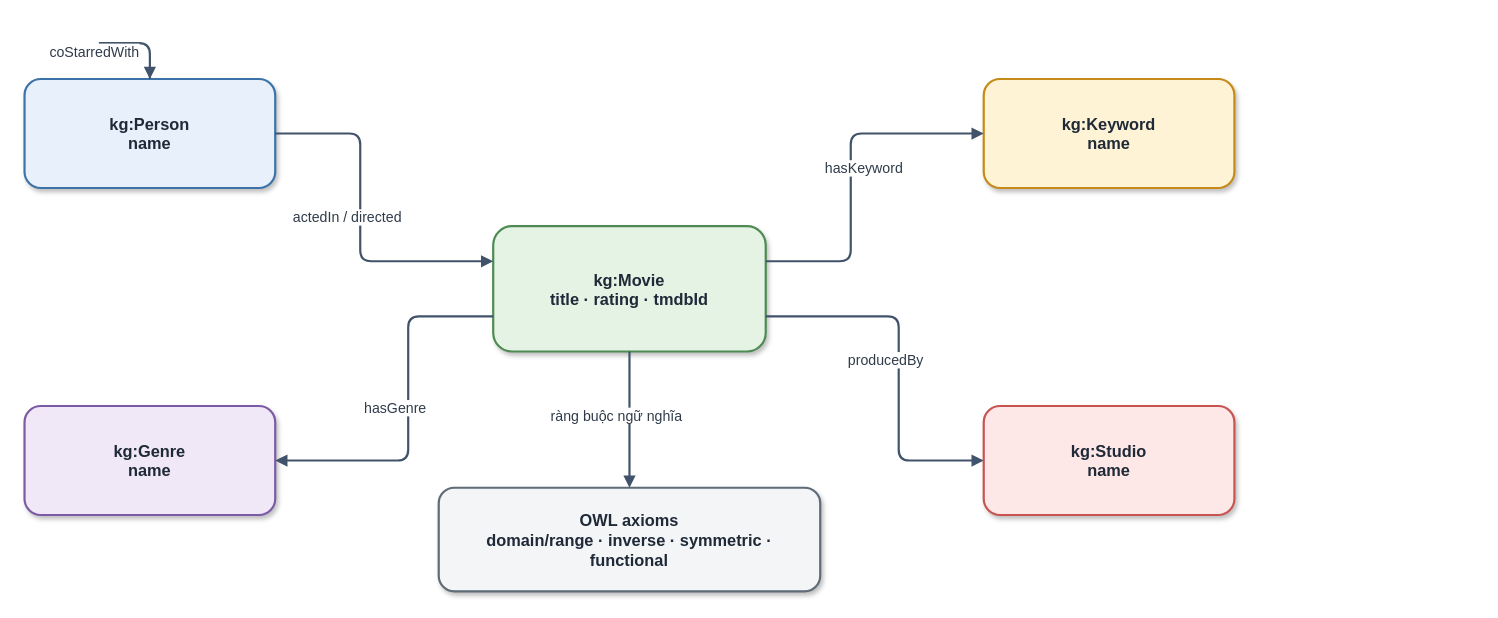
Earlier version of the draw.io diagram report_latex/images/sources/ontology_diagram.drawio (khanhhk/advanced_database). Source tidied: cells renumbered, new cells numbered last; positions are measured from the earlier drawing's top-left corner, leaving out a move shared by most shapes. Both pictures are drawn from the tidied source at 109%, with x=0, y=0 at pixel (24, 43).
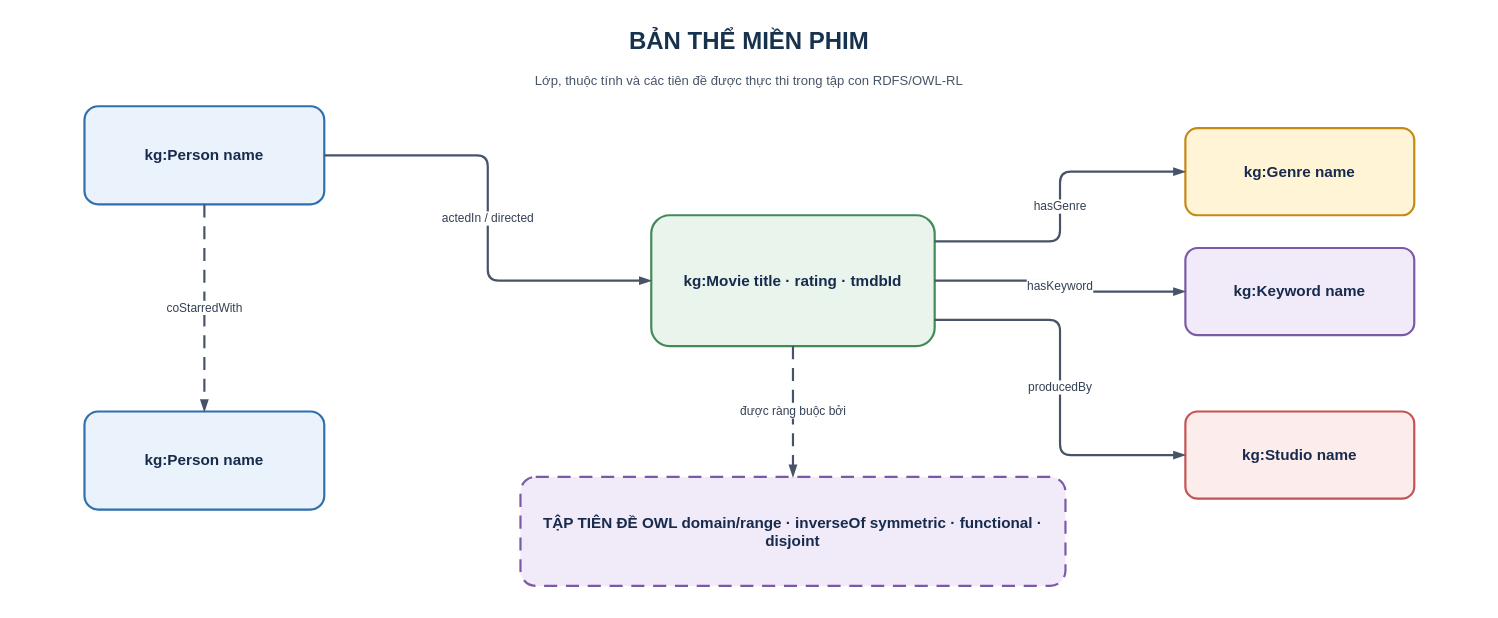
After the change.

The edit, as a diff of the source:
```diff
@@
-<mxGraphModel>
+<mxGraphModel background="#FFFFFF">
@@
+    <mxCell id="14" value="BẢN THỂ MIỀN PHIM" style="text;html=1;whiteSpace=wrap;align=center;verticalAlign=middle;fontFamily=Helvetica;fontSize=22;fontColor=#16324F;fontStyle=1;" parent="1" vertex="1">
+      <mxGeometry x="-5" y="-22" width="1340" height="42" as="geometry" />
+    </mxCell>
+    <mxCell id="15" value="Lớp, thuộc tính và các tiên đề được thực thi trong tập con RDFS/OWL-RL" style="text;html=1;whiteSpace=wrap;align=center;verticalAlign=middle;fontFamily=Helvetica;fontSize=12;fontColor=#475467;" parent="1" vertex="1">
+      <mxGeometry x="-5" y="20" width="1340" height="30" as="geometry" />
+    </mxCell>
-    <mxCell id="2" value="kg:Movie&#10;title · rating · tmdbId" style="rounded=1;whiteSpace=wrap;html=1;fillColor=#E5F3E5;strokeColor=#4D8B52;strokeWidth=2;fontSize=15;fontColor=#1F2937;fontStyle=1;spacing=8;shadow=1;" parent="1" vertex="1">
-      <mxGeometry x="430" y="168" width="250" height="115" as="geometry" />
+    <mxCell id="2" value="kg:Movie title · rating · tmdbId" style="rounded=1;arcSize=14;whiteSpace=wrap;html=1;align=center;verticalAlign=middle;spacing=8;fontFamily=Helvetica;fontSize=14;fontColor=#172B4D;fillColor=#E9F5EC;strokeColor=#438A57;strokeWidth=2;fontStyle=1;" parent="1" vertex="1">
+      <mxGeometry x="575" y="158" width="260" height="120" as="geometry" />
     </mxCell>
-    <mxCell id="3" value="kg:Person&#10;name" style="rounded=1;whiteSpace=wrap;html=1;fillColor=#E8F1FB;strokeColor=#3B73A8;strokeWidth=2;fontSize=15;fontColor=#1F2937;fontStyle=1;spacing=8;shadow=1;" parent="1" vertex="1">
-      <mxGeometry y="33" width="230" height="100" as="geometry" />
+    <mxCell id="3" value="kg:Person name" style="rounded=1;arcSize=14;whiteSpace=wrap;html=1;align=center;verticalAlign=middle;spacing=8;fontFamily=Helvetica;fontSize=14;fontColor=#172B4D;fillColor=#EAF2FB;strokeColor=#2F6FAE;strokeWidth=2;fontStyle=1;" parent="1" vertex="1">
+      <mxGeometry x="55" y="58" width="220" height="90" as="geometry" />
     </mxCell>
+    <mxCell id="16" value="kg:Person name" style="rounded=1;arcSize=14;whiteSpace=wrap;html=1;align=center;verticalAlign=middle;spacing=8;fontFamily=Helvetica;fontSize=14;fontColor=#172B4D;fillColor=#EAF2FB;strokeColor=#2F6FAE;strokeWidth=2;fontStyle=1;" parent="1" vertex="1">
+      <mxGeometry x="55" y="338" width="220" height="90" as="geometry" />
+    </mxCell>
-    <mxCell id="4" value="kg:Genre&#10;name" style="rounded=1;whiteSpace=wrap;html=1;fillColor=#F0E8F7;strokeColor=#7B5AA6;strokeWidth=2;fontSize=15;fontColor=#1F2937;fontStyle=1;spacing=8;shadow=1;" parent="1" vertex="1">
-      <mxGeometry y="333" width="230" height="100" as="geometry" />
+    <mxCell id="4" value="kg:Genre name" style="rounded=1;arcSize=14;whiteSpace=wrap;html=1;align=center;verticalAlign=middle;spacing=8;fontFamily=Helvetica;fontSize=14;fontColor=#172B4D;fillColor=#FFF4D6;strokeColor=#C58A16;strokeWidth=2;fontStyle=1;" parent="1" vertex="1">
+      <mxGeometry x="1065" y="78" width="210" height="80" as="geometry" />
     </mxCell>
-    <mxCell id="5" value="kg:Keyword&#10;name" style="rounded=1;whiteSpace=wrap;html=1;fillColor=#FFF3D6;strokeColor=#C58A18;strokeWidth=2;fontSize=15;fontColor=#1F2937;fontStyle=1;spacing=8;shadow=1;" parent="1" vertex="1">
-      <mxGeometry x="880" y="33" width="230" height="100" as="geometry" />
+    <mxCell id="5" value="kg:Keyword name" style="rounded=1;arcSize=14;whiteSpace=wrap;html=1;align=center;verticalAlign=middle;spacing=8;fontFamily=Helvetica;fontSize=14;fontColor=#172B4D;fillColor=#F1EAF8;strokeColor=#7A5AA6;strokeWidth=2;fontStyle=1;" parent="1" vertex="1">
+      <mxGeometry x="1065" y="188" width="210" height="80" as="geometry" />
     </mxCell>
-    <mxCell id="6" value="kg:Studio&#10;name" style="rounded=1;whiteSpace=wrap;html=1;fillColor=#FDE8E7;strokeColor=#C85452;strokeWidth=2;fontSize=15;fontColor=#1F2937;fontStyle=1;spacing=8;shadow=1;" parent="1" vertex="1">
-      <mxGeometry x="880" y="333" width="230" height="100" as="geometry" />
+    <mxCell id="6" value="kg:Studio name" style="rounded=1;arcSize=14;whiteSpace=wrap;html=1;align=center;verticalAlign=middle;spacing=8;fontFamily=Helvetica;fontSize=14;fontColor=#172B4D;fillColor=#FDECEC;strokeColor=#C65353;strokeWidth=2;fontStyle=1;" parent="1" vertex="1">
+      <mxGeometry x="1065" y="338" width="210" height="80" as="geometry" />
     </mxCell>
-    <mxCell id="7" value="OWL axioms&#10;domain/range · inverse · symmetric · functional" style="rounded=1;whiteSpace=wrap;html=1;fillColor=#F3F5F7;strokeColor=#5F6B76;strokeWidth=2;fontSize=15;fontColor=#1F2937;fontStyle=1;spacing=8;shadow=1;" parent="1" vertex="1">
-      <mxGeometry x="380" y="408" width="350" height="95" as="geometry" />
-    </mxCell>
+    <mxCell id="17" value="TẬP TIÊN ĐỀ OWL domain/range · inverseOf symmetric · functional · disjoint" style="rounded=1;arcSize=14;whiteSpace=wrap;html=1;align=center;verticalAlign=middle;spacing=8;fontFamily=Helvetica;fontSize=14;fontColor=#172B4D;fillColor=#F1EAF8;strokeColor=#7A5AA6;strokeWidth=2;fontStyle=1;dashed=1;dashPattern=6 4;" parent="1" vertex="1">
+      <mxGeometry x="455" y="398" width="500" height="100" as="geometry" />
+    </mxCell>
-    <mxCell id="8" value="actedIn / directed" style="edgeStyle=orthogonalEdgeStyle;rounded=1;jettySize=auto;html=1;endArrow=block;endFill=1;strokeColor=#40536B;strokeWidth=2;fontSize=13;fontColor=#2F3B4A;labelBackgroundColor=#FFFFFF;spacingBottom=8;exitX=1;exitY=0.5;exitDx=0;exitDy=0;entryX=0;entryY=0.28;entryDx=0;entryDy=0;" parent="1" edge="1" source="3" target="2">
-      <mxGeometry y="-12" relative="1" as="geometry">
-        <Array as="points">
-          <mxPoint x="308" y="83" />
-          <mxPoint x="308" y="200" />
-        </Array>
-      </mxGeometry>
+    <mxCell id="8" value="actedIn / directed" style="edgeStyle=orthogonalEdgeStyle;rounded=1;jettySize=auto;html=1;strokeColor=#475467;strokeWidth=2;endArrow=blockThin;endFill=1;fontFamily=Helvetica;fontSize=11;fontColor=#344054;labelBackgroundColor=#FFFFFF;exitX=1;exitY=0.5;exitDx=0;exitDy=0;entryX=0;entryY=0.5;entryDx=0;entryDy=0;" parent="1" edge="1" source="3" target="2">
+      <mxGeometry relative="1" as="geometry" />
     </mxCell>
-    <mxCell id="9" value="hasGenre" style="edgeStyle=orthogonalEdgeStyle;rounded=1;jettySize=auto;html=1;endArrow=block;endFill=1;strokeColor=#40536B;strokeWidth=2;fontSize=13;fontColor=#2F3B4A;labelBackgroundColor=#FFFFFF;spacingBottom=8;exitX=0;exitY=0.72;exitDx=0;exitDy=0;entryX=1;entryY=0.5;entryDx=0;entryDy=0;" parent="1" edge="1" source="2" target="4">
-      <mxGeometry y="-12" relative="1" as="geometry">
-        <Array as="points">
-          <mxPoint x="352" y="251" />
-          <mxPoint x="352" y="383" />
-        </Array>
-      </mxGeometry>
+    <mxCell id="9" value="coStarredWith" style="edgeStyle=orthogonalEdgeStyle;rounded=1;jettySize=auto;html=1;strokeColor=#475467;strokeWidth=2;endArrow=blockThin;endFill=1;fontFamily=Helvetica;fontSize=11;fontColor=#344054;labelBackgroundColor=#FFFFFF;exitX=0.5;exitY=1;exitDx=0;exitDy=0;entryX=0.5;entryY=0;entryDx=0;entryDy=0;dashed=1;dashPattern=6 4;" parent="1" edge="1" source="3" target="16">
+      <mxGeometry relative="1" as="geometry" />
     </mxCell>
-    <mxCell id="10" value="hasKeyword" style="edgeStyle=orthogonalEdgeStyle;rounded=1;jettySize=auto;html=1;endArrow=block;endFill=1;strokeColor=#40536B;strokeWidth=2;fontSize=13;fontColor=#2F3B4A;labelBackgroundColor=#FFFFFF;spacingBottom=8;exitX=1;exitY=0.28;exitDx=0;exitDy=0;entryX=0;entryY=0.5;entryDx=0;entryDy=0;" parent="1" edge="1" source="2" target="5">
-      <mxGeometry y="-12" relative="1" as="geometry">
-        <Array as="points">
-          <mxPoint x="758" y="200" />
-          <mxPoint x="758" y="83" />
-        </Array>
-      </mxGeometry>
+    <mxCell id="10" value="hasGenre" style="edgeStyle=orthogonalEdgeStyle;rounded=1;jettySize=auto;html=1;strokeColor=#475467;strokeWidth=2;endArrow=blockThin;endFill=1;fontFamily=Helvetica;fontSize=11;fontColor=#344054;labelBackgroundColor=#FFFFFF;exitX=1;exitY=0.2;exitDx=0;exitDy=0;entryX=0;entryY=0.5;entryDx=0;entryDy=0;" parent="1" edge="1" source="2" target="4">
+      <mxGeometry relative="1" as="geometry" />
     </mxCell>
-    <mxCell id="11" value="producedBy" style="edgeStyle=orthogonalEdgeStyle;rounded=1;jettySize=auto;html=1;endArrow=block;endFill=1;strokeColor=#40536B;strokeWidth=2;fontSize=13;fontColor=#2F3B4A;labelBackgroundColor=#FFFFFF;spacingBottom=8;exitX=1;exitY=0.72;exitDx=0;exitDy=0;entryX=0;entryY=0.5;entryDx=0;entryDy=0;" parent="1" edge="1" source="2" target="6">
-      <mxGeometry y="-12" relative="1" as="geometry">
-        <Array as="points">
-          <mxPoint x="802" y="251" />
-          <mxPoint x="802" y="383" />
-        </Array>
-      </mxGeometry>
+    <mxCell id="11" value="hasKeyword" style="edgeStyle=orthogonalEdgeStyle;rounded=1;jettySize=auto;html=1;strokeColor=#475467;strokeWidth=2;endArrow=blockThin;endFill=1;fontFamily=Helvetica;fontSize=11;fontColor=#344054;labelBackgroundColor=#FFFFFF;exitX=1;exitY=0.5;exitDx=0;exitDy=0;entryX=0;entryY=0.5;entryDx=0;entryDy=0;" parent="1" edge="1" source="2" target="5">
+      <mxGeometry relative="1" as="geometry" />
     </mxCell>
-    <mxCell id="12" value="coStarredWith" style="edgeStyle=orthogonalEdgeStyle;rounded=1;orthogonalLoop=1;jettySize=auto;html=1;endArrow=block;endFill=1;strokeColor=#40536B;strokeWidth=2;fontSize=13;fontColor=#2F3B4A;labelBackgroundColor=#FFFFFF;spacingBottom=8;exitX=0.5;exitY=0;exitDx=0;exitDy=0;entryX=0.5;entryY=0;entryDx=0;entryDy=0;" parent="1" edge="1" source="3" target="3">
-      <mxGeometry y="-12" relative="1" as="geometry">
-        <Array as="points">
-          <mxPoint x="64" />
-          <mxPoint x="166" />
-        </Array>
-      </mxGeometry>
+    <mxCell id="12" value="producedBy" style="edgeStyle=orthogonalEdgeStyle;rounded=1;jettySize=auto;html=1;strokeColor=#475467;strokeWidth=2;endArrow=blockThin;endFill=1;fontFamily=Helvetica;fontSize=11;fontColor=#344054;labelBackgroundColor=#FFFFFF;exitX=1;exitY=0.8;exitDx=0;exitDy=0;entryX=0;entryY=0.5;entryDx=0;entryDy=0;" parent="1" edge="1" source="2" target="6">
+      <mxGeometry relative="1" as="geometry" />
     </mxCell>
-    <mxCell id="13" value="ràng buộc ngữ nghĩa" style="edgeStyle=orthogonalEdgeStyle;rounded=1;jettySize=auto;html=1;endArrow=block;endFill=1;strokeColor=#40536B;strokeWidth=2;fontSize=13;fontColor=#2F3B4A;labelBackgroundColor=#FFFFFF;spacingBottom=8;exitX=0.5;exitY=1;exitDx=0;exitDy=0;entryX=0.5;entryY=0;entryDx=0;entryDy=0;" parent="1" edge="1" source="2" target="7">
-      <mxGeometry y="-12" relative="1" as="geometry" />
+    <mxCell id="13" value="được ràng buộc bởi" style="edgeStyle=orthogonalEdgeStyle;rounded=1;jettySize=auto;html=1;strokeColor=#475467;strokeWidth=2;endArrow=blockThin;endFill=1;fontFamily=Helvetica;fontSize=11;fontColor=#344054;labelBackgroundColor=#FFFFFF;exitX=0.5;exitY=1;exitDx=0;exitDy=0;entryX=0.5;entryY=0;entryDx=0;entryDy=0;dashed=1;dashPattern=6 4;" parent="1" edge="1" source="2" target="17">
+      <mxGeometry relative="1" as="geometry" />
     </mxCell>
```
